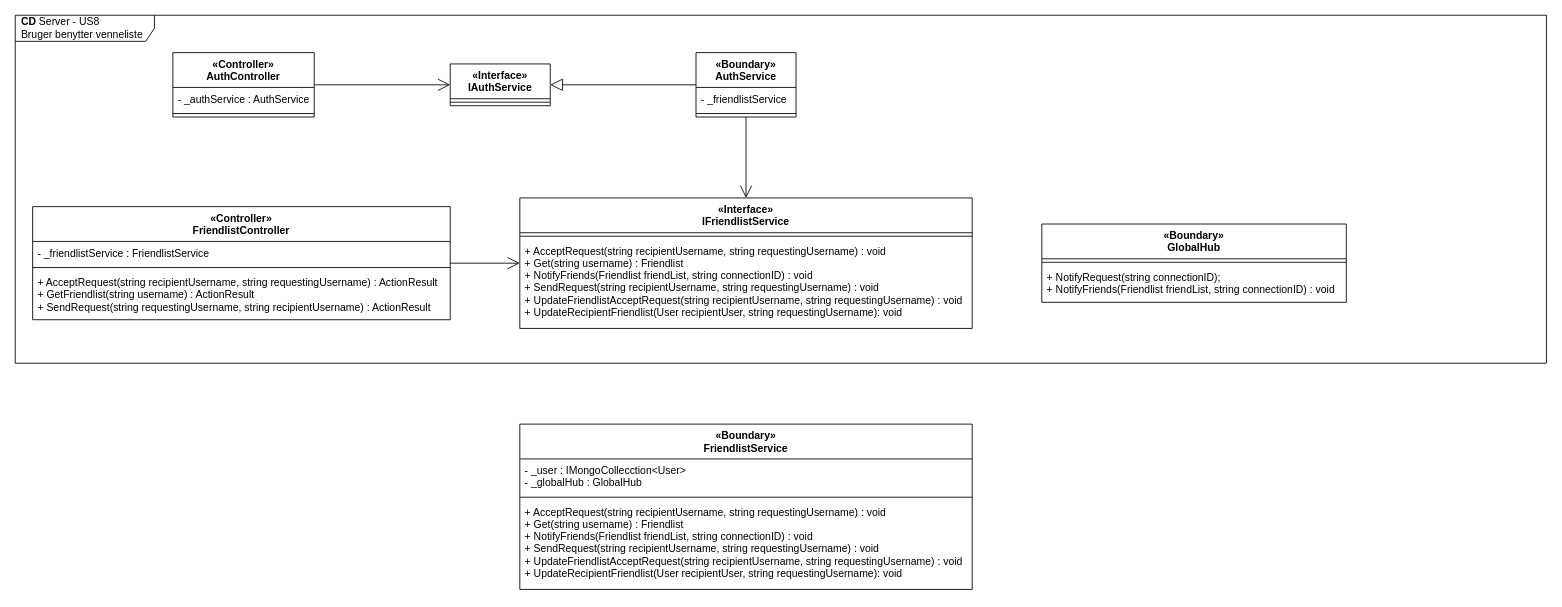
Earlier version of the draw.io diagram page "CD-Server" (3 of 3) of diagrams/arkitektur/US8_friendslist.drawio (Macradon/I7BAC-PlugNPlay). Source tidied: cells renumbered, new cells numbered last; positions are measured from the earlier drawing's top-left corner, leaving out a move shared by most shapes. Both pictures are drawn from the tidied source at 87%, with x=0, y=0 at pixel (15, 15).
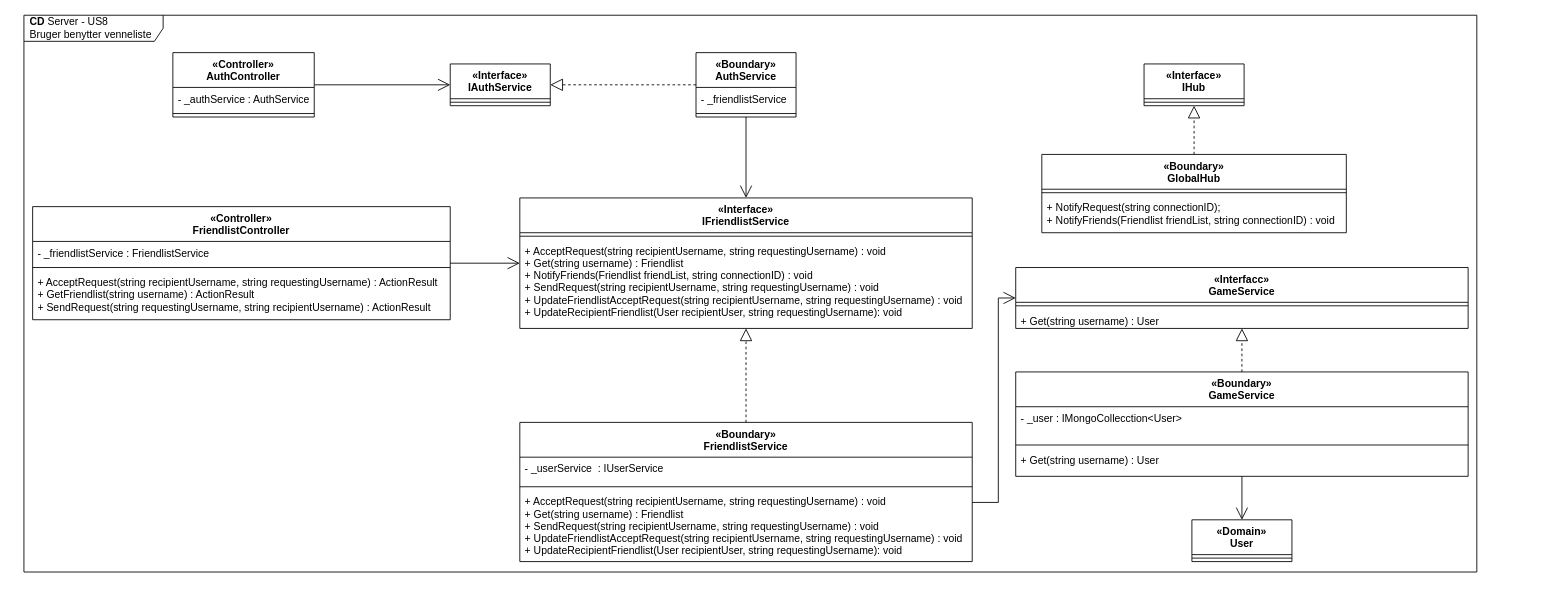
The same diagram, later.

Unchanged cells that the change refers to:
```xml
<mxCell id="9" value="«Boundary»&#10;AuthService" style="swimlane;fontStyle=1;align=center;verticalAlign=top;horizontal=1;startSize=40;" parent="1" vertex="1">
  <mxGeometry x="782.5" y="43" width="115" height="74" as="geometry" />
</mxCell>
<mxCell id="24" value="«Interface»&#10;IAuthService" style="swimlane;fontStyle=1;align=center;verticalAlign=top;horizontal=1;startSize=40;" parent="1" vertex="1">
  <mxGeometry x="500" y="56" width="115" height="48" as="geometry" />
</mxCell>
<mxCell id="26" value="«Interface»&#10;IFriendlistService" style="swimlane;fontStyle=1;align=center;verticalAlign=top;horizontal=1;startSize=40;" parent="1" vertex="1">
  <mxGeometry x="580" y="210" width="520" height="150" as="geometry" />
</mxCell>
```

What changed in the source:
```diff
@@
     <mxCell id="2" value="&lt;b style=&quot;font-size: 12px&quot;&gt;CD&lt;/b&gt;&lt;span style=&quot;font-size: 12px&quot;&gt;&amp;nbsp;Server - US8&lt;/span&gt;&lt;br style=&quot;font-size: 12px&quot;&gt;&lt;span style=&quot;font-size: 12px&quot;&gt;Bruger benytter venneliste&lt;/span&gt;" style="shape=umlFrame;whiteSpace=wrap;html=1;width=160;height=30;boundedLbl=1;verticalAlign=middle;align=left;spacingLeft=5;fontSize=10;" parent="1" vertex="1">
-      <mxGeometry width="1760" height="400" as="geometry" />
+      <mxGeometry x="10" width="1670" height="640" as="geometry" />
     </mxCell>
@@
-    <mxCell id="8" style="edgeStyle=orthogonalEdgeStyle;rounded=0;jettySize=auto;html=1;endArrow=block;endFill=0;endSize=12;" parent="1" edge="1" source="9" target="24">
+    <mxCell id="8" style="edgeStyle=orthogonalEdgeStyle;rounded=0;jettySize=auto;html=1;endArrow=block;endFill=0;endSize=12;dashed=1;" parent="1" edge="1" source="9" target="24">
       <mxGeometry relative="1" as="geometry" />
     </mxCell>
@@
+    <mxCell id="29" style="edgeStyle=orthogonalEdgeStyle;rounded=0;jettySize=auto;html=1;dashed=1;endArrow=block;endFill=0;endSize=12;" parent="1" edge="1" source="12" target="32">
+      <mxGeometry relative="1" as="geometry" />
+    </mxCell>
     <mxCell id="12" value="«Boundary»&#10;GlobalHub" style="swimlane;fontStyle=1;align=center;verticalAlign=top;horizontal=1;startSize=40;" parent="1" vertex="1">
-      <mxGeometry x="1180" y="240" width="350" height="90" as="geometry" />
+      <mxGeometry x="1180" y="160" width="350" height="90" as="geometry" />
     </mxCell>
@@
+    <mxCell id="30" style="edgeStyle=orthogonalEdgeStyle;rounded=0;jettySize=auto;html=1;dashed=1;endArrow=block;endFill=0;endSize=12;" parent="1" edge="1" source="20" target="26">
+      <mxGeometry relative="1" as="geometry" />
+    </mxCell>
+    <mxCell id="31" style="edgeStyle=orthogonalEdgeStyle;rounded=0;jettySize=auto;html=1;endArrow=open;endFill=0;endSize=12;" parent="1" edge="1" source="20" target="40">
+      <mxGeometry relative="1" as="geometry">
+        <Array as="points">
+          <mxPoint x="1130" y="560" />
+          <mxPoint x="1130" y="325" />
+        </Array>
+      </mxGeometry>
+    </mxCell>
     <mxCell id="20" value="«Boundary»&#10;FriendlistService" style="swimlane;fontStyle=1;align=center;verticalAlign=top;horizontal=1;startSize=40;" parent="1" vertex="1">
-      <mxGeometry x="580" y="470" width="520" height="190" as="geometry" />
+      <mxGeometry x="580" y="468" width="520" height="160" as="geometry" />
     </mxCell>
-    <mxCell id="21" value="- _user : IMongoCollecction&lt;User&gt;&#10;- _globalHub : GlobalHub" style="text;strokeColor=none;fillColor=none;align=left;verticalAlign=top;spacingLeft=4;spacingRight=4;overflow=hidden;" parent="20" vertex="1">
-      <mxGeometry y="40" width="520" height="40" as="geometry" />
+    <mxCell id="21" value="- _userService  : IUserService" style="text;strokeColor=none;fillColor=none;align=left;verticalAlign=top;spacingLeft=4;spacingRight=4;overflow=hidden;" parent="20" vertex="1">
+      <mxGeometry y="40" width="520" height="30" as="geometry" />
     </mxCell>
     <mxCell id="22" style="line;strokeWidth=1;fillColor=none;align=left;verticalAlign=middle;spacingTop=-1;spacingLeft=3;spacingRight=3;labelPosition=right;" parent="20" vertex="1">
-      <mxGeometry y="80" width="520" height="8" as="geometry" />
+      <mxGeometry y="70" width="520" height="8" as="geometry" />
     </mxCell>
-    <mxCell id="23" value="+ AcceptRequest(string recipientUsername, string requestingUsername) : void&#10;+ Get(string username) : Friendlist&#10;+ NotifyFriends(Friendlist friendList, string connectionID) : void&#10;+ SendRequest(string recipientUsername, string requestingUsername) : void&#10;+ UpdateFriendlistAcceptRequest(string recipientUsername, string requestingUsername) : void&#10;+ UpdateRecipientFriendlist(User recipientUser, string requestingUsername): void" style="text;strokeColor=none;fillColor=none;align=left;verticalAlign=top;spacingLeft=4;spacingRight=4;overflow=hidden;" parent="20" vertex="1">
-      <mxGeometry y="88" width="520" height="102" as="geometry" />
+    <mxCell id="23" value="+ AcceptRequest(string recipientUsername, string requestingUsername) : void&#10;+ Get(string username) : Friendlist&#10;+ SendRequest(string recipientUsername, string requestingUsername) : void&#10;+ UpdateFriendlistAcceptRequest(string recipientUsername, string requestingUsername) : void&#10;+ UpdateRecipientFriendlist(User recipientUser, string requestingUsername): void" style="text;strokeColor=none;fillColor=none;align=left;verticalAlign=top;spacingLeft=4;spacingRight=4;overflow=hidden;" parent="20" vertex="1">
+      <mxGeometry y="78" width="520" height="82" as="geometry" />
     </mxCell>
@@
+    <mxCell id="32" value="«Interface»&#10;IHub" style="swimlane;fontStyle=1;align=center;verticalAlign=top;horizontal=1;startSize=40;" parent="1" vertex="1">
+      <mxGeometry x="1297.5" y="56" width="115" height="48" as="geometry" />
+    </mxCell>
+    <mxCell id="33" style="line;strokeWidth=1;fillColor=none;align=left;verticalAlign=middle;spacingTop=-1;spacingLeft=3;spacingRight=3;labelPosition=right;" parent="32" vertex="1">
+      <mxGeometry y="40" width="115" height="8" as="geometry" />
+    </mxCell>
+    <mxCell id="34" style="edgeStyle=orthogonalEdgeStyle;rounded=0;jettySize=auto;html=1;dashed=1;endArrow=block;endFill=0;endSize=12;" parent="1" edge="1" source="36" target="40">
+      <mxGeometry relative="1" as="geometry" />
+    </mxCell>
+    <mxCell id="35" style="edgeStyle=orthogonalEdgeStyle;rounded=0;jettySize=auto;html=1;endArrow=open;endFill=0;endSize=12;" parent="1" edge="1" source="36" target="43">
+      <mxGeometry relative="1" as="geometry" />
+    </mxCell>
+    <mxCell id="36" value="«Boundary»&#10;GameService" style="swimlane;fontStyle=1;align=center;verticalAlign=top;horizontal=1;startSize=40;" parent="1" vertex="1">
+      <mxGeometry x="1150" y="410" width="520" height="120" as="geometry" />
+    </mxCell>
+    <mxCell id="37" value="- _user : IMongoCollecction&lt;User&gt;" style="text;strokeColor=none;fillColor=none;align=left;verticalAlign=top;spacingLeft=4;spacingRight=4;overflow=hidden;" parent="36" vertex="1">
+      <mxGeometry y="40" width="520" height="40" as="geometry" />
+    </mxCell>
+    <mxCell id="38" style="line;strokeWidth=1;fillColor=none;align=left;verticalAlign=middle;spacingTop=-1;spacingLeft=3;spacingRight=3;labelPosition=right;" parent="36" vertex="1">
+      <mxGeometry y="80" width="520" height="8" as="geometry" />
+    </mxCell>
+    <mxCell id="39" value="+ Get(string username) : User" style="text;strokeColor=none;fillColor=none;align=left;verticalAlign=top;spacingLeft=4;spacingRight=4;overflow=hidden;" parent="36" vertex="1">
+      <mxGeometry y="88" width="520" height="32" as="geometry" />
+    </mxCell>
+    <mxCell id="40" value="«Interfacc»&#10;GameService" style="swimlane;fontStyle=1;align=center;verticalAlign=top;horizontal=1;startSize=40;" parent="1" vertex="1">
+      <mxGeometry x="1150" y="290" width="520" height="70" as="geometry" />
+    </mxCell>
+    <mxCell id="41" style="line;strokeWidth=1;fillColor=none;align=left;verticalAlign=middle;spacingTop=-1;spacingLeft=3;spacingRight=3;labelPosition=right;" parent="40" vertex="1">
+      <mxGeometry y="40" width="520" height="8" as="geometry" />
+    </mxCell>
+    <mxCell id="42" value="+ Get(string username) : User" style="text;strokeColor=none;fillColor=none;align=left;verticalAlign=top;spacingLeft=4;spacingRight=4;overflow=hidden;" parent="40" vertex="1">
+      <mxGeometry y="48" width="520" height="22" as="geometry" />
+    </mxCell>
+    <mxCell id="43" value="«Domain»&#10;User" style="swimlane;fontStyle=1;align=center;verticalAlign=top;horizontal=1;startSize=40;" parent="1" vertex="1">
+      <mxGeometry x="1352.5" y="580" width="115" height="48" as="geometry" />
+    </mxCell>
+    <mxCell id="44" style="line;strokeWidth=1;fillColor=none;align=left;verticalAlign=middle;spacingTop=-1;spacingLeft=3;spacingRight=3;labelPosition=right;" parent="43" vertex="1">
+      <mxGeometry y="40" width="115" height="8" as="geometry" />
+    </mxCell>
```
